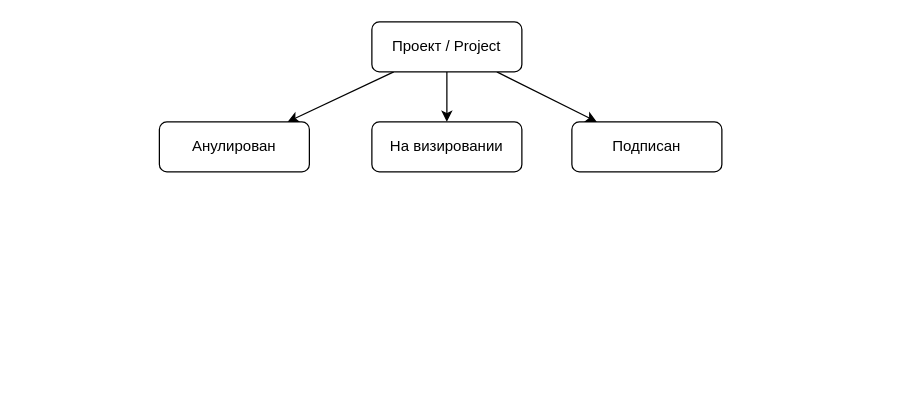
Before: Domain/Resolutions/СостоянияИПравилаПереходов.drawio in davyd0ff/so-line-grls, a draw.io diagram. Source tidied: cells renumbered, new cells numbered last; positions are measured from the earlier drawing's top-left corner, leaving out a move shared by most shapes. Both pictures are drawn from the tidied source at 125%, with x=0, y=0 at pixel (159, 21).
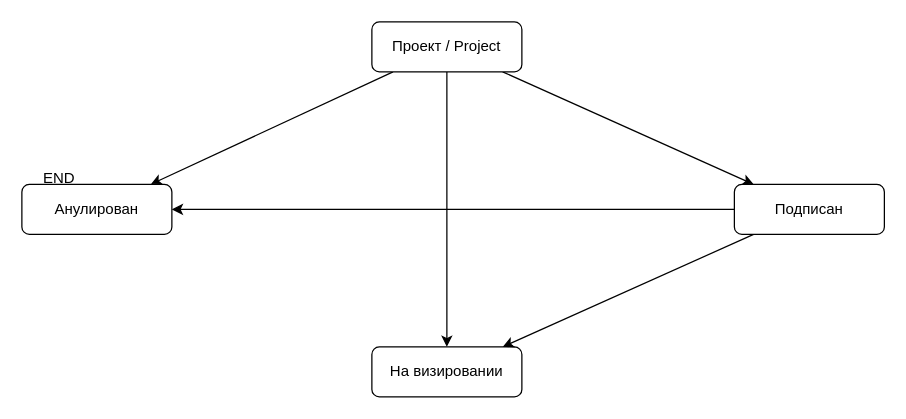
Above is the later version.

Diff of the diagram source:
```diff
@@
 <mxGraphModel>
   <root>
     <mxCell id="0" />
     <mxCell id="1" parent="0" />
     <mxCell id="2" style="rounded=0;jettySize=auto;html=1;" parent="1" edge="1" source="5" target="6">
       <mxGeometry relative="1" as="geometry" />
     </mxCell>
     <mxCell id="3" style="edgeStyle=none;rounded=0;jettySize=auto;html=1;" parent="1" edge="1" source="5" target="7">
       <mxGeometry relative="1" as="geometry" />
     </mxCell>
     <mxCell id="4" style="edgeStyle=none;rounded=0;jettySize=auto;html=1;" parent="1" edge="1" source="5" target="8">
       <mxGeometry relative="1" as="geometry" />
     </mxCell>
     <mxCell id="5" value="Проект / Project" style="rounded=1;whiteSpace=wrap;html=1;" parent="1" vertex="1">
       <mxGeometry x="170" width="120" height="40" as="geometry" />
     </mxCell>
     <mxCell id="6" value="Анулирован" style="rounded=1;whiteSpace=wrap;html=1;" parent="1" vertex="1">
-      <mxGeometry y="80" width="120" height="40" as="geometry" />
+      <mxGeometry x="-110" y="130" width="120" height="40" as="geometry" />
     </mxCell>
     <mxCell id="7" value="На визировании" style="rounded=1;whiteSpace=wrap;html=1;" parent="1" vertex="1">
-      <mxGeometry x="170" y="80" width="120" height="40" as="geometry" />
+      <mxGeometry x="170" y="260" width="120" height="40" as="geometry" />
     </mxCell>
+    <mxCell id="9" style="edgeStyle=none;rounded=0;jettySize=auto;html=1;" parent="1" edge="1" source="8" target="7">
+      <mxGeometry relative="1" as="geometry" />
+    </mxCell>
+    <mxCell id="10" style="edgeStyle=none;rounded=0;jettySize=auto;html=1;" parent="1" edge="1" source="8" target="6">
+      <mxGeometry relative="1" as="geometry" />
+    </mxCell>
     <mxCell id="8" value="Подписан" style="rounded=1;whiteSpace=wrap;html=1;" parent="1" vertex="1">
-      <mxGeometry x="330" y="80" width="120" height="40" as="geometry" />
+      <mxGeometry x="460" y="130" width="120" height="40" as="geometry" />
     </mxCell>
+    <mxCell id="11" value="END" style="text;html=1;strokeColor=none;fillColor=none;align=center;verticalAlign=middle;whiteSpace=wrap;rounded=0;" parent="1" vertex="1">
+      <mxGeometry x="-110" y="110" width="60" height="30" as="geometry" />
+    </mxCell>
   </root>
 </mxGraphModel>
```
